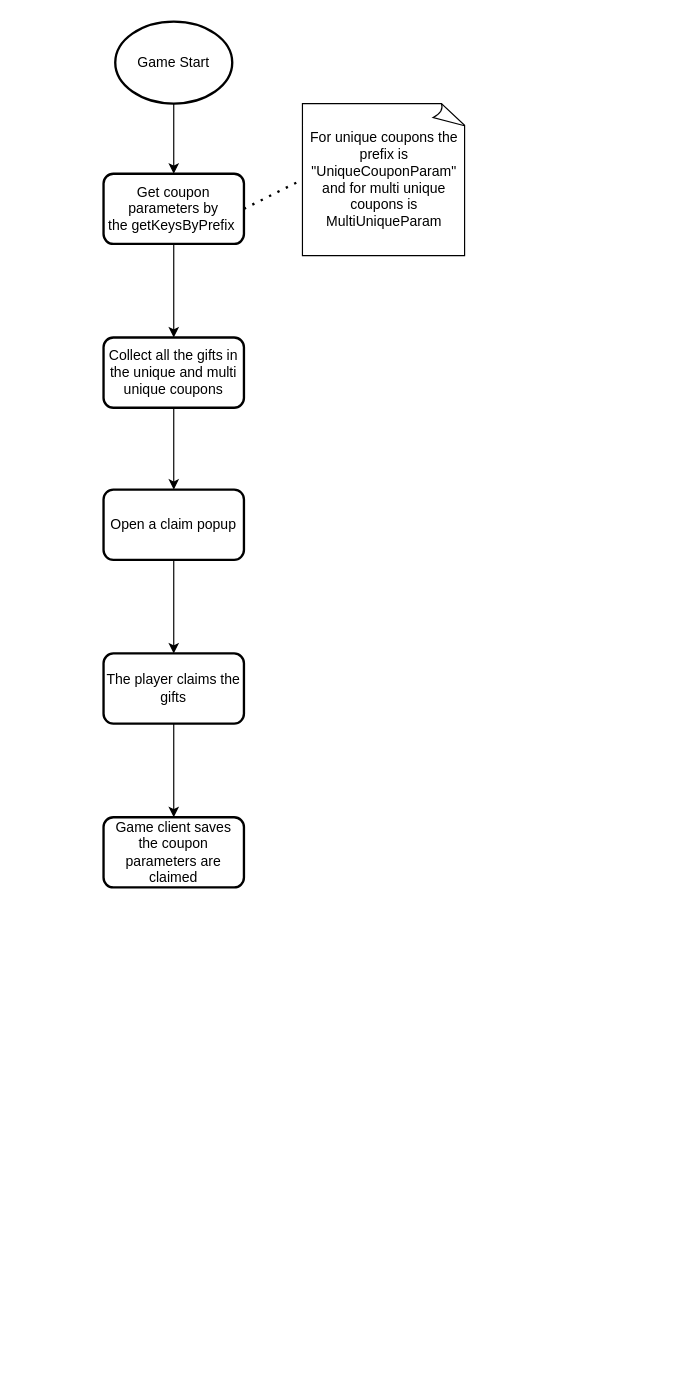
This is page "stage 4 Unique/Multi-Unique process flow 的副本" (6 of 8) of Remote Config Coupon Architecture.drawio from yaohuiwu/SimpleFS, a draw.io file, before an edit. Source tidied: cells renumbered, new cells numbered last; positions are measured from the earlier drawing's top-left corner, leaving out a move shared by most shapes. Both pictures are drawn from the tidied source at 117%, with x=0, y=0 at pixel (103, 21).
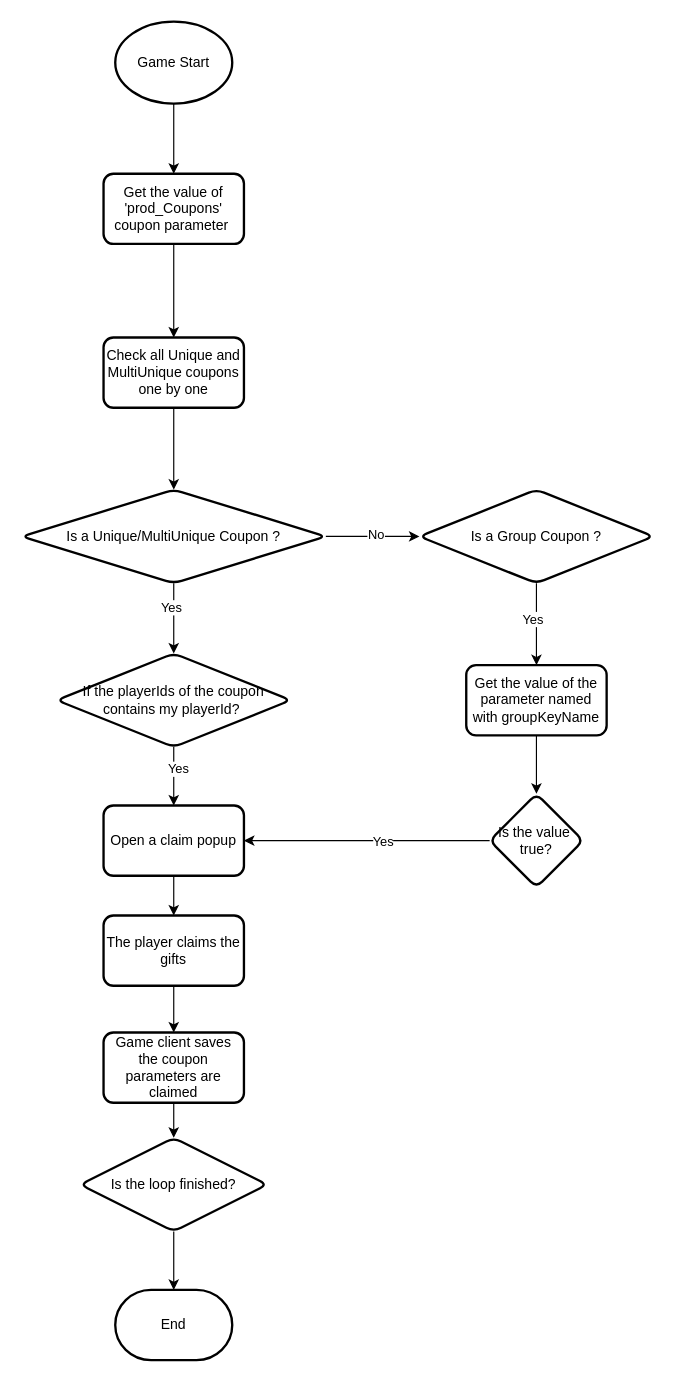
After the change.

What changed in the source:
```diff
@@
-    <mxCell id="3" value="Get coupon parameters by the&amp;nbsp;getKeysByPrefix&amp;nbsp;" style="whiteSpace=wrap;html=1;rounded=1;arcSize=14;strokeWidth=2;" parent="1" vertex="1">
+    <mxCell id="3" value="Get the value of 'prod_Coupons' coupon parameter&amp;nbsp;" style="whiteSpace=wrap;html=1;rounded=1;arcSize=14;strokeWidth=2;" parent="1" vertex="1">
       <mxGeometry y="130" width="120" height="60" as="geometry" />
     </mxCell>
@@
-    <mxCell id="6" value="For unique coupons the prefix is &quot;UniqueCouponParam&quot; and for multi unique coupons is MultiUniqueParam" style="whiteSpace=wrap;html=1;shape=mxgraph.basic.document;" parent="1" vertex="1">
-      <mxGeometry x="170" y="70" width="140" height="130" as="geometry" />
-    </mxCell>
-    <mxCell id="7" style="endArrow=none;dashed=1;html=1;dashPattern=1 3;strokeWidth=2;rounded=0;entryX=0;entryY=0.5;entryDx=0;entryDy=0;entryPerimeter=0;exitX=1;exitY=0.5;exitDx=0;exitDy=0;" parent="1" edge="1" source="3" target="6">
-      <mxGeometry relative="1" as="geometry" />
-    </mxCell>
-    <mxCell id="8" style="edgeStyle=orthogonalEdgeStyle;rounded=0;jettySize=auto;html=1;entryX=0.5;entryY=0;entryDx=0;entryDy=0;" parent="1" edge="1" source="9" target="11">
-      <mxGeometry relative="1" as="geometry" />
-    </mxCell>
+    <mxCell id="15" style="edgeStyle=orthogonalEdgeStyle;rounded=0;jettySize=auto;html=1;" parent="1" edge="1" source="9" target="27">
+      <mxGeometry relative="1" as="geometry" />
+    </mxCell>
-    <mxCell id="9" value="Collect all the gifts in the unique and multi unique coupons" style="whiteSpace=wrap;html=1;rounded=1;arcSize=14;strokeWidth=2;" parent="1" vertex="1">
+    <mxCell id="9" value="Check all Unique and MultiUnique coupons one by one" style="whiteSpace=wrap;html=1;rounded=1;arcSize=14;strokeWidth=2;" parent="1" vertex="1">
       <mxGeometry y="270" width="120" height="60" as="geometry" />
     </mxCell>
@@
     <mxCell id="11" value="Open a claim popup" style="whiteSpace=wrap;html=1;rounded=1;arcSize=14;strokeWidth=2;" parent="1" vertex="1">
-      <mxGeometry y="400" width="120" height="60" as="geometry" />
+      <mxGeometry y="670" width="120" height="60" as="geometry" />
     </mxCell>
@@
     <mxCell id="13" value="The player claims the gifts" style="whiteSpace=wrap;html=1;rounded=1;arcSize=14;strokeWidth=2;" parent="1" vertex="1">
-      <mxGeometry y="540" width="120" height="60" as="geometry" />
+      <mxGeometry y="764" width="120" height="60" as="geometry" />
     </mxCell>
+    <mxCell id="16" style="edgeStyle=orthogonalEdgeStyle;rounded=0;jettySize=auto;html=1;" parent="1" edge="1" source="14" target="21">
+      <mxGeometry relative="1" as="geometry" />
+    </mxCell>
     <mxCell id="14" value="Game client saves the coupon parameters are claimed" style="whiteSpace=wrap;html=1;rounded=1;arcSize=14;strokeWidth=2;" parent="1" vertex="1">
-      <mxGeometry y="680" width="120" height="60" as="geometry" />
+      <mxGeometry y="864" width="120" height="60" as="geometry" />
     </mxCell>
+    <mxCell id="17" style="edgeStyle=orthogonalEdgeStyle;rounded=0;jettySize=auto;html=1;" parent="1" edge="1" source="19" target="11">
+      <mxGeometry relative="1" as="geometry" />
+    </mxCell>
+    <mxCell id="18" value="Yes" style="edgeLabel;html=1;align=center;verticalAlign=middle;" parent="17" vertex="1">
+      <mxGeometry x="-0.29" y="3" relative="1" as="geometry" />
+    </mxCell>
+    <mxCell id="19" value="If the playerIds of the coupon contains my playerId?&amp;nbsp;" style="rhombus;whiteSpace=wrap;html=1;rounded=1;arcSize=14;strokeWidth=2;" parent="1" vertex="1">
+      <mxGeometry x="-40" y="540" width="200" height="80" as="geometry" />
+    </mxCell>
+    <mxCell id="20" style="edgeStyle=orthogonalEdgeStyle;rounded=0;jettySize=auto;html=1;" parent="1" edge="1" source="21" target="22">
+      <mxGeometry relative="1" as="geometry" />
+    </mxCell>
+    <mxCell id="21" value="Is the loop finished?" style="rhombus;whiteSpace=wrap;html=1;rounded=1;arcSize=14;strokeWidth=2;" parent="1" vertex="1">
+      <mxGeometry x="-20" y="954" width="160" height="80" as="geometry" />
+    </mxCell>
+    <mxCell id="22" value="End" style="strokeWidth=2;html=1;shape=mxgraph.flowchart.terminator;whiteSpace=wrap;" parent="1" vertex="1">
+      <mxGeometry x="10" y="1084" width="100" height="60" as="geometry" />
+    </mxCell>
+    <mxCell id="23" style="edgeStyle=orthogonalEdgeStyle;rounded=0;jettySize=auto;html=1;" parent="1" edge="1" source="27" target="19">
+      <mxGeometry relative="1" as="geometry" />
+    </mxCell>
+    <mxCell id="24" value="Yes" style="edgeLabel;html=1;align=center;verticalAlign=middle;" parent="23" vertex="1">
+      <mxGeometry x="-0.33" y="-3" relative="1" as="geometry" />
+    </mxCell>
+    <mxCell id="25" style="edgeStyle=orthogonalEdgeStyle;rounded=0;jettySize=auto;html=1;" parent="1" edge="1" source="27" target="30">
+      <mxGeometry relative="1" as="geometry" />
+    </mxCell>
+    <mxCell id="26" value="No" style="edgeLabel;html=1;align=center;verticalAlign=middle;" parent="25" vertex="1">
+      <mxGeometry x="0.05" y="2" relative="1" as="geometry" />
+    </mxCell>
+    <mxCell id="27" value="Is a Unique/MultiUnique Coupon ?" style="rhombus;whiteSpace=wrap;html=1;rounded=1;arcSize=14;strokeWidth=2;" parent="1" vertex="1">
+      <mxGeometry x="-70" y="400" width="260" height="80" as="geometry" />
+    </mxCell>
+    <mxCell id="28" style="edgeStyle=orthogonalEdgeStyle;rounded=0;jettySize=auto;html=1;" parent="1" edge="1" source="30" target="32">
+      <mxGeometry relative="1" as="geometry" />
+    </mxCell>
+    <mxCell id="29" value="Yes" style="edgeLabel;html=1;align=center;verticalAlign=middle;" parent="28" vertex="1">
+      <mxGeometry x="-0.14" y="-4" relative="1" as="geometry" />
+    </mxCell>
+    <mxCell id="30" value="Is a Group Coupon ?" style="rhombus;whiteSpace=wrap;html=1;rounded=1;arcSize=14;strokeWidth=2;" parent="1" vertex="1">
+      <mxGeometry x="270" y="400" width="200" height="80" as="geometry" />
+    </mxCell>
+    <mxCell id="31" style="edgeStyle=orthogonalEdgeStyle;rounded=0;jettySize=auto;html=1;" parent="1" edge="1" source="32" target="35">
+      <mxGeometry relative="1" as="geometry" />
+    </mxCell>
+    <mxCell id="32" value="Get the value of the parameter named with groupKeyName" style="whiteSpace=wrap;html=1;rounded=1;arcSize=14;strokeWidth=2;" parent="1" vertex="1">
+      <mxGeometry x="310" y="550" width="120" height="60" as="geometry" />
+    </mxCell>
+    <mxCell id="33" style="edgeStyle=orthogonalEdgeStyle;rounded=0;jettySize=auto;html=1;entryX=1;entryY=0.5;entryDx=0;entryDy=0;" parent="1" edge="1" source="35" target="11">
+      <mxGeometry relative="1" as="geometry" />
+    </mxCell>
+    <mxCell id="34" value="Yes" style="edgeLabel;html=1;align=center;verticalAlign=middle;" parent="33" vertex="1">
+      <mxGeometry x="-0.12" relative="1" as="geometry" />
+    </mxCell>
+    <mxCell id="35" value="Is the value&amp;nbsp; true?" style="rhombus;whiteSpace=wrap;html=1;rounded=1;arcSize=14;strokeWidth=2;" parent="1" vertex="1">
+      <mxGeometry x="330" y="660" width="80" height="80" as="geometry" />
+    </mxCell>
```
